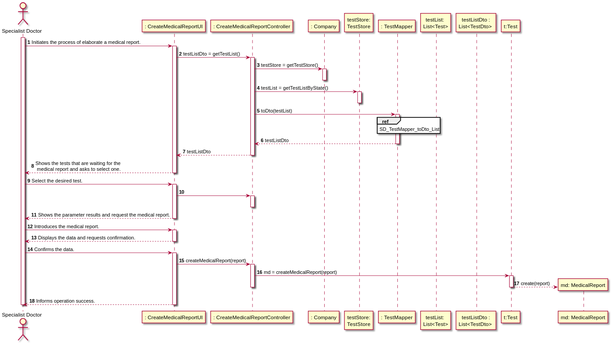
manu-07-ela/LAPR2_ISEP keeps this PlantUML diagram as docs/SprintC/US14/US14_SD.svg. Above is the earlier version.
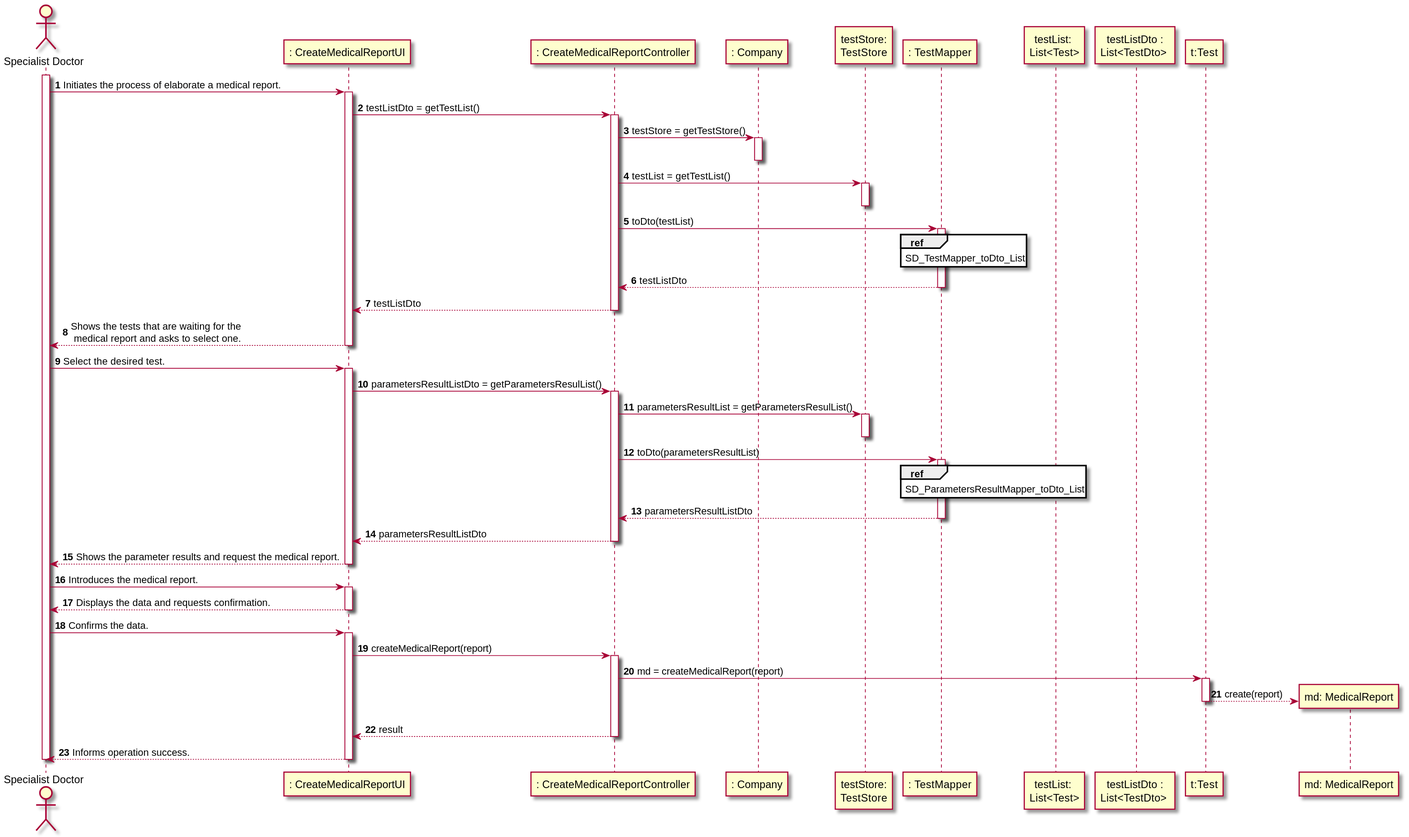
The same file after the commit.

Change to the diagram source:
```diff
@@ -21,7 +21,7 @@
 CTRL -> Comp : testStore = getTestStore()
 activate Comp
 deactivate Comp
-CTRL -> TS : testList = getTestListByState()
+CTRL -> TS : testList = getTestList()
 activate TS
 deactivate TS
 CTRL -> MAPPER : toDto(testList)
@@ -38,8 +38,19 @@
 
 Doctor -> UI :  Select the desired test.
 activate UI
-UI -> CTRL :
+UI -> CTRL : parametersResultListDto = getParametersResulList()
 activate CTRL
+CTRL -> TS : parametersResultList = getParametersResulList()
+activate TS
+deactivate TS
+CTRL -> MAPPER : toDto(parametersResultList)
+activate MAPPER
+ref over MAPPER
+SD_ParametersResultMapper_toDto_List
+end ref
+MAPPER --> CTRL : parametersResultListDto
+deactivate MAPPER
+CTRL --> UI : parametersResultListDto
 deactivate CTRL
 UI --> Doctor : Shows the parameter results and request the medical report.
 deactivate UI
@@ -59,6 +70,7 @@
 activate TEST
 TEST --> REPORT** : create(report)
 deactivate TEST
+CTRL --> UI : result
 deactivate CTRL
 UI --> Doctor : Informs operation success.
 deactivate UI
```
